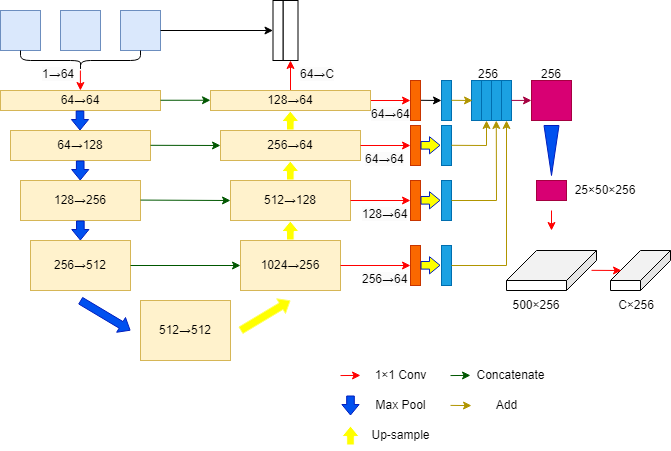
Earlier version of the draw.io export test.drawio.png (DemonH-p/self-study). Source tidied: cells renumbered, new cells last; positions are measured from the earlier drawing's top-left corner, leaving out a move shared by most shapes.
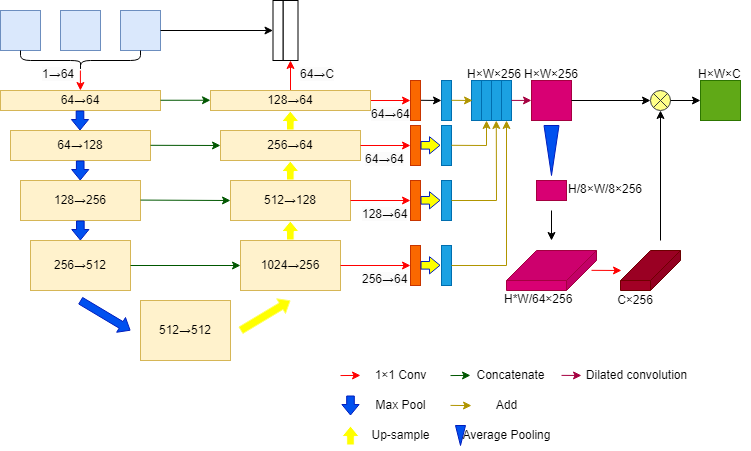
After the change.

The edit, as a diff of the source:
```diff
@@ -310,16 +310,16 @@
     <mxCell id="65" style="rounded=0;whiteSpace=wrap;html=1;fillColor=#d80073;fontColor=#ffffff;strokeColor=#A50040;" parent="1" vertex="1">
       <mxGeometry x="536" y="180" width="30" height="20" as="geometry" />
     </mxCell>
-    <mxCell id="66" style="shape=cube;whiteSpace=wrap;html=1;boundedLbl=1;backgroundOutline=1;darkOpacity=0.05;darkOpacity2=0.1;flipH=1;size=30;" parent="1" vertex="1">
+    <mxCell id="66" style="shape=cube;whiteSpace=wrap;html=1;boundedLbl=1;backgroundOutline=1;darkOpacity=0.05;darkOpacity2=0.1;flipH=1;size=30;fillColor=#d80073;strokeColor=#A50040;fontColor=#ffffff;" parent="1" vertex="1">
       <mxGeometry x="506" y="250" width="90" height="40" as="geometry" />
     </mxCell>
-    <mxCell id="67" value="&lt;p style=&quot;line-height: 120%; font-size: 11px;&quot;&gt;&lt;br&gt;&lt;/p&gt;" style="shape=cube;whiteSpace=wrap;html=1;boundedLbl=1;backgroundOutline=1;darkOpacity=0.05;darkOpacity2=0.1;flipH=1;size=30;align=center;" parent="1" vertex="1">
-      <mxGeometry x="610" y="250" width="60" height="40" as="geometry" />
+    <mxCell id="67" value="&lt;p style=&quot;line-height: 120%; font-size: 11px;&quot;&gt;&lt;br&gt;&lt;/p&gt;" style="shape=cube;whiteSpace=wrap;html=1;boundedLbl=1;backgroundOutline=1;darkOpacity=0.05;darkOpacity2=0.1;flipH=1;size=30;align=center;fillColor=#a20025;fontColor=#ffffff;strokeColor=#6F0000;" parent="1" vertex="1">
+      <mxGeometry x="620" y="250" width="60" height="40" as="geometry" />
     </mxCell>
-    <mxCell id="68" style="endArrow=classic;html=1;rounded=0;fillColor=#e51400;strokeColor=#FF0000;" parent="1" edge="1">
+    <mxCell id="68" style="endArrow=classic;html=1;rounded=0;fillColor=#e51400;strokeColor=#000000;" parent="1" edge="1">
       <mxGeometry relative="1" as="geometry">
         <mxPoint x="551" y="210" as="sourcePoint" />
-        <mxPoint x="551" y="230" as="targetPoint" />
+        <mxPoint x="551" y="240" as="targetPoint" />
       </mxGeometry>
     </mxCell>
     <mxCell id="69" style="endArrow=classic;html=1;rounded=0;fillColor=#e51400;strokeColor=#ff0000;" parent="1" edge="1">
@@ -329,11 +329,8 @@
       </mxGeometry>
     </mxCell>
     <mxCell id="70" value="&lt;p&gt;&lt;font style=&quot;font-size: 11px;&quot;&gt;C×256&lt;/font&gt;&lt;/p&gt;" style="text;html=1;strokeColor=none;fillColor=none;align=center;verticalAlign=middle;whiteSpace=wrap;rounded=0;" parent="1" vertex="1">
-      <mxGeometry x="621" y="300" width="30" height="10" as="geometry" />
+      <mxGeometry x="620" y="295" width="30" height="10" as="geometry" />
     </mxCell>
-    <mxCell id="71" value="&lt;p&gt;&lt;font style=&quot;font-size: 11px;&quot;&gt;500&lt;/font&gt;&lt;span style=&quot;font-size: 11px; background-color: initial;&quot;&gt;×256&lt;/span&gt;&lt;/p&gt;" style="text;html=1;strokeColor=none;fillColor=none;align=center;verticalAlign=middle;whiteSpace=wrap;rounded=0;" parent="1" vertex="1">
-      <mxGeometry x="521" y="300" width="30" height="10" as="geometry" />
-    </mxCell>
     <mxCell id="72" style="endArrow=classic;html=1;rounded=0;fillColor=#008a00;strokeColor=#005700;" parent="1" edge="1">
       <mxGeometry relative="1" as="geometry">
         <mxPoint x="450" y="375.1" as="sourcePoint" />
@@ -367,17 +364,58 @@
     <mxCell id="80" value="&lt;span style=&quot;color: rgb(0, 0, 0); font-family: Helvetica; font-style: normal; font-variant-ligatures: normal; font-variant-caps: normal; font-weight: 400; letter-spacing: normal; orphans: 2; text-align: center; text-indent: 0px; text-transform: none; widows: 2; word-spacing: 0px; -webkit-text-stroke-width: 0px; background-color: rgb(251, 251, 251); text-decoration-thickness: initial; text-decoration-style: initial; text-decoration-color: initial; float: none; display: inline !important;&quot;&gt;&lt;font style=&quot;font-size: 11px;&quot;&gt;256→64&lt;/font&gt;&lt;/span&gt;" style="text;whiteSpace=wrap;html=1;" parent="1" vertex="1">
       <mxGeometry x="360" y="265" width="41" height="20" as="geometry" />
     </mxCell>
-    <mxCell id="81" value="&lt;p style=&quot;font-size: 11px; line-height: 10%;&quot;&gt;&lt;font style=&quot;font-size: 11px;&quot;&gt;25×50&lt;/font&gt;&lt;span style=&quot;font-size: 11px; background-color: initial;&quot;&gt;×256&lt;/span&gt;&lt;/p&gt;" style="text;html=1;strokeColor=none;fillColor=none;align=center;verticalAlign=middle;whiteSpace=wrap;rounded=0;" parent="1" vertex="1">
-      <mxGeometry x="590" y="185" width="30" height="10" as="geometry" />
-    </mxCell>
-    <mxCell id="82" value="&lt;span style=&quot;border-color: var(--border-color); color: rgb(0, 0, 0); font-family: Helvetica; font-size: 11px; font-style: normal; font-variant-ligatures: normal; font-variant-caps: normal; font-weight: 400; letter-spacing: normal; orphans: 2; text-align: center; text-indent: 0px; text-transform: none; widows: 2; word-spacing: 0px; -webkit-text-stroke-width: 0px; background-color: initial; text-decoration-thickness: initial; text-decoration-style: initial; text-decoration-color: initial;&quot;&gt;256&lt;/span&gt;" style="text;whiteSpace=wrap;html=1;" parent="1" vertex="1">
-      <mxGeometry x="476" y="60" width="24" height="20" as="geometry" />
+    <mxCell id="82" value="&lt;span style=&quot;border-color: var(--border-color); color: rgb(0, 0, 0); font-family: Helvetica; font-size: 11px; font-style: normal; font-variant-ligatures: normal; font-variant-caps: normal; font-weight: 400; letter-spacing: normal; orphans: 2; text-align: center; text-indent: 0px; text-transform: none; widows: 2; word-spacing: 0px; -webkit-text-stroke-width: 0px; background-color: initial; text-decoration-thickness: initial; text-decoration-style: initial; text-decoration-color: initial;&quot;&gt;H×W×256&lt;/span&gt;" style="text;whiteSpace=wrap;html=1;" parent="1" vertex="1">
+      <mxGeometry x="465" y="60" width="54" height="20" as="geometry" />
     </mxCell>
-    <mxCell id="83" value="&lt;span style=&quot;border-color: var(--border-color); color: rgb(0, 0, 0); font-family: Helvetica; font-size: 11px; font-style: normal; font-variant-ligatures: normal; font-variant-caps: normal; font-weight: 400; letter-spacing: normal; orphans: 2; text-align: center; text-indent: 0px; text-transform: none; widows: 2; word-spacing: 0px; -webkit-text-stroke-width: 0px; background-color: initial; text-decoration-thickness: initial; text-decoration-style: initial; text-decoration-color: initial;&quot;&gt;256&lt;/span&gt;" style="text;whiteSpace=wrap;html=1;" parent="1" vertex="1">
-      <mxGeometry x="539" y="60" width="24" height="20" as="geometry" />
-    </mxCell>
     <mxCell id="84" style="triangle;whiteSpace=wrap;html=1;direction=south;fillColor=#0050ef;fontColor=#ffffff;strokeColor=#001DBC;" parent="1" vertex="1">
       <mxGeometry x="543.5" y="125" width="15" height="50" as="geometry" />
     </mxCell>
+    <mxCell id="85" style="triangle;whiteSpace=wrap;html=1;direction=south;fillColor=#0050ef;fontColor=#ffffff;strokeColor=#001DBC;" parent="1" vertex="1">
+      <mxGeometry x="455" y="425" width="10" height="20" as="geometry" />
+    </mxCell>
+    <mxCell id="86" value="Average Pooling" style="text;html=1;align=center;verticalAlign=middle;strokeColor=none;fillColor=none;" parent="1" vertex="1">
+      <mxGeometry x="451" y="420" width="110" height="30" as="geometry" />
+    </mxCell>
+    <mxCell id="87" style="endArrow=classic;html=1;rounded=0;fillColor=#d80073;strokeColor=#A50040;" parent="1" edge="1">
+      <mxGeometry relative="1" as="geometry">
+        <mxPoint x="561" y="374.9" as="sourcePoint" />
+        <mxPoint x="581" y="375" as="targetPoint" />
+      </mxGeometry>
+    </mxCell>
+    <mxCell id="88" value="Dilated convolution" style="text;html=1;align=center;verticalAlign=middle;strokeColor=none;fillColor=none;" parent="1" vertex="1">
+      <mxGeometry x="576" y="360" width="120" height="30" as="geometry" />
+    </mxCell>
+    <mxCell id="89" value="&lt;span style=&quot;border-color: var(--border-color); color: rgb(0, 0, 0); font-family: Helvetica; font-size: 11px; font-style: normal; font-variant-ligatures: normal; font-variant-caps: normal; font-weight: 400; letter-spacing: normal; orphans: 2; text-align: center; text-indent: 0px; text-transform: none; widows: 2; word-spacing: 0px; -webkit-text-stroke-width: 0px; background-color: initial; text-decoration-thickness: initial; text-decoration-style: initial; text-decoration-color: initial;&quot;&gt;H×W×256&lt;/span&gt;" style="text;whiteSpace=wrap;html=1;" parent="1" vertex="1">
+      <mxGeometry x="522" y="60" width="54" height="20" as="geometry" />
+    </mxCell>
+    <mxCell id="90" value="&lt;span style=&quot;border-color: var(--border-color); color: rgb(0, 0, 0); font-family: Helvetica; font-size: 11px; font-style: normal; font-variant-ligatures: normal; font-variant-caps: normal; font-weight: 400; letter-spacing: normal; orphans: 2; text-align: center; text-indent: 0px; text-transform: none; widows: 2; word-spacing: 0px; -webkit-text-stroke-width: 0px; background-color: initial; text-decoration-thickness: initial; text-decoration-style: initial; text-decoration-color: initial;&quot;&gt;H/8×W/8×256&lt;/span&gt;" style="text;whiteSpace=wrap;html=1;" parent="1" vertex="1">
+      <mxGeometry x="566" y="175" width="74" height="20" as="geometry" />
+    </mxCell>
+    <mxCell id="91" value="&lt;span style=&quot;border-color: var(--border-color); color: rgb(0, 0, 0); font-family: Helvetica; font-size: 11px; font-style: normal; font-variant-ligatures: normal; font-variant-caps: normal; font-weight: 400; letter-spacing: normal; orphans: 2; text-align: center; text-indent: 0px; text-transform: none; widows: 2; word-spacing: 0px; -webkit-text-stroke-width: 0px; background-color: initial; text-decoration-thickness: initial; text-decoration-style: initial; text-decoration-color: initial;&quot;&gt;H*W/64×256&lt;/span&gt;" style="text;whiteSpace=wrap;html=1;" parent="1" vertex="1">
+      <mxGeometry x="502" y="285" width="74" height="20" as="geometry" />
+    </mxCell>
+    <mxCell id="92" style="shape=sumEllipse;perimeter=ellipsePerimeter;whiteSpace=wrap;html=1;backgroundOutline=1;fillColor=#ffff88;strokeColor=#36393d;" parent="1" vertex="1">
+      <mxGeometry x="650" y="90" width="20" height="20" as="geometry" />
+    </mxCell>
+    <mxCell id="93" style="endArrow=classic;html=1;rounded=0;fillColor=#e51400;strokeColor=#000000;entryX=0.5;entryY=1;entryDx=0;entryDy=0;" parent="1" edge="1" target="92">
+      <mxGeometry relative="1" as="geometry">
+        <mxPoint x="660" y="240" as="sourcePoint" />
+      </mxGeometry>
+    </mxCell>
+    <mxCell id="94" style="endArrow=classic;html=1;rounded=0;fillColor=#e51400;strokeColor=#000000;exitX=1;exitY=0.5;exitDx=0;exitDy=0;entryX=0;entryY=0.5;entryDx=0;entryDy=0;" parent="1" edge="1" source="56" target="92">
+      <mxGeometry relative="1" as="geometry" />
+    </mxCell>
+    <mxCell id="95" style="endArrow=classic;html=1;rounded=0;fillColor=#e51400;strokeColor=#000000;exitX=1;exitY=0.5;exitDx=0;exitDy=0;" parent="1" edge="1">
+      <mxGeometry relative="1" as="geometry">
+        <mxPoint x="670" y="100" as="sourcePoint" />
+        <mxPoint x="700" y="100" as="targetPoint" />
+      </mxGeometry>
+    </mxCell>
+    <mxCell id="96" style="rounded=0;whiteSpace=wrap;html=1;fillColor=#60a917;fontColor=#ffffff;strokeColor=#2D7600;" parent="1" vertex="1">
+      <mxGeometry x="700" y="80" width="40" height="40" as="geometry" />
+    </mxCell>
+    <mxCell id="97" value="&lt;span style=&quot;border-color: var(--border-color); color: rgb(0, 0, 0); font-family: Helvetica; font-size: 11px; font-style: normal; font-variant-ligatures: normal; font-variant-caps: normal; font-weight: 400; letter-spacing: normal; orphans: 2; text-align: center; text-indent: 0px; text-transform: none; widows: 2; word-spacing: 0px; -webkit-text-stroke-width: 0px; background-color: initial; text-decoration-thickness: initial; text-decoration-style: initial; text-decoration-color: initial;&quot;&gt;H×W×C&lt;/span&gt;" style="text;whiteSpace=wrap;html=1;" parent="1" vertex="1">
+      <mxGeometry x="696" y="60" width="54" height="20" as="geometry" />
+    </mxCell>
   </root>
 </mxGraphModel>
```
